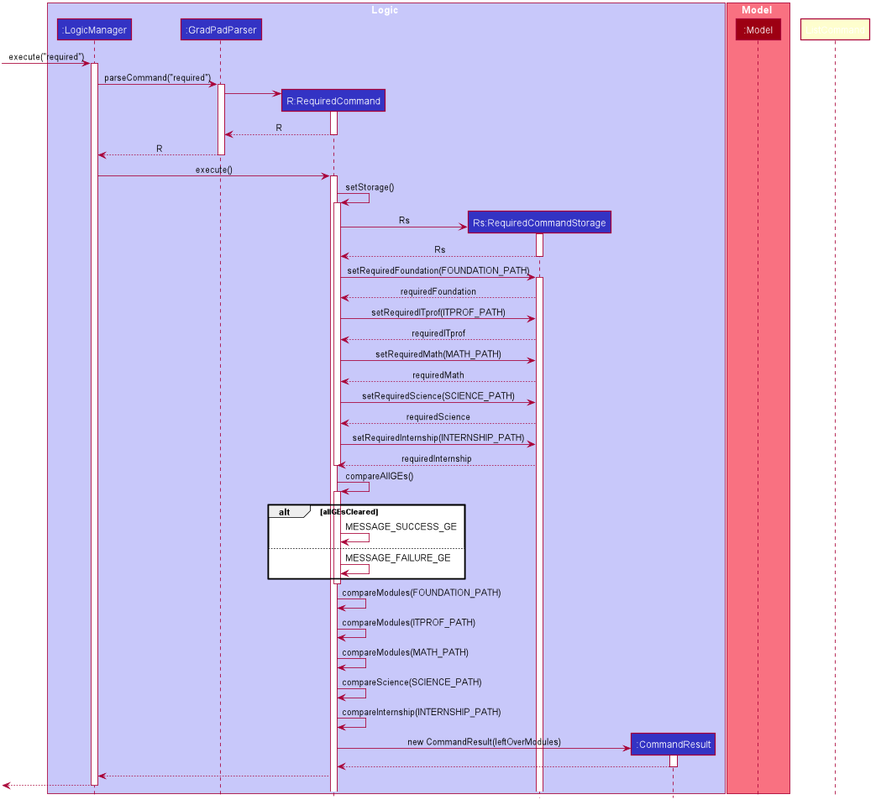
This is docs/images/RequiredSequenceDiagram.png from yan-soon/tp, a PlantUML export, as it was before one commit. Source of this version:
```plantuml
@startuml









skinparam BackgroundColor #FFFFFFF

skinparam Shadowing false

skinparam Class {
    FontColor #FFFFFF
    BorderThickness 1
    BorderColor #FFFFFF
    StereotypeFontColor #FFFFFF
    FontName Arial
}

skinparam Actor {
    BorderColor #000000
    Color #000000
    FontName Arial
}

skinparam Sequence {
    MessageAlign center
    BoxFontSize 15
    BoxPadding 0
    BoxFontColor #FFFFFF
    FontName Arial
}

skinparam Participant {
    FontColor #FFFFFFF
    Padding 20
}

skinparam MinClassWidth 50
skinparam ParticipantPadding 10
skinparam Shadowing false
skinparam DefaultTextAlignment center
skinparam packageStyle Rectangle

hide footbox
hide members
hide circle

box Logic #C8C8FA
participant ":LogicManager" as LogicManager #3333C4
participant ":GradPadParser" as GradPadParser #3333C4
participant "R:RequiredCommand" as RequiredCommand #3333C4
participant "Rs:RequiredCommandStorage" as RequiredCommandStorage #3333C4
participant ":CommandResult" as CommandResult #3333C4
end box

box Model #F97181
participant ":Model" as Model #9D0012
end box

[-> LogicManager : execute("required")
activate LogicManager

LogicManager -> GradPadParser : parseCommand("required")
activate GradPadParser

create RequiredCommand
GradPadParser -> RequiredCommand
activate RequiredCommand

RequiredCommand --> GradPadParser : R
deactivate RequiredCommand

GradPadParser --> LogicManager : R
deactivate GradPadParser

LogicManager -> RequiredCommand : execute()
activate RequiredCommand

RequiredCommand -> RequiredCommand : setStorage()
activate RequiredCommand

create RequiredCommandStorage
RequiredCommand -> RequiredCommandStorage : Rs
activate RequiredCommandStorage

RequiredCommandStorage --> RequiredCommand :Rs
deactivate RequiredCommandStorage

RequiredCommand -> RequiredCommandStorage : setRequiredFoundation(FOUNDATION_PATH)
activate RequiredCommandStorage

RequiredCommandStorage --> RequiredCommand : requiredFoundation

RequiredCommand -> RequiredCommandStorage : setRequiredITprof(ITPROF_PATH)

RequiredCommandStorage --> RequiredCommand : requiredITprof

RequiredCommand -> RequiredCommandStorage : setRequiredMath(MATH_PATH)

RequiredCommandStorage --> RequiredCommand : requiredMath

RequiredCommand -> RequiredCommandStorage : setRequiredScience(SCIENCE_PATH)

RequiredCommandStorage --> RequiredCommand : requiredScience

RequiredCommand -> RequiredCommandStorage : setRequiredInternship(INTERNSHIP_PATH)

RequiredCommandStorage --> RequiredCommand : requiredInternship
deactivate RequiredCommand

RequiredCommand -> RequiredCommand : compareAllGEs()
activate RequiredCommand

alt allGEsCleared
RequiredCommand -> RequiredCommand : MESSAGE_SUCCESS_GE

else
RequiredCommand -> RequiredCommand : MESSAGE_FAILURE_GE
end
deactivate RequiredCommand

RequiredCommand -> RequiredCommand : compareModules(FOUNDATION_PATH)
RequiredCommand -> RequiredCommand : compareModules(ITPROF_PATH)
RequiredCommand -> RequiredCommand : compareModules(MATH_PATH)
RequiredCommand -> RequiredCommand : compareScience(SCIENCE_PATH)
RequiredCommand -> RequiredCommand : compareInternship(INTERNSHIP_PATH)

create CommandResult
RequiredCommand -> CommandResult : new CommandResult(leftOverModules)
activate CommandResult

CommandResult --> RequiredCommand
deactivate CommandResult

RequiredCommand --> LogicManager
deactivate ListCommand

[<--LogicManager
deactivate LogicManager
@enduml
```
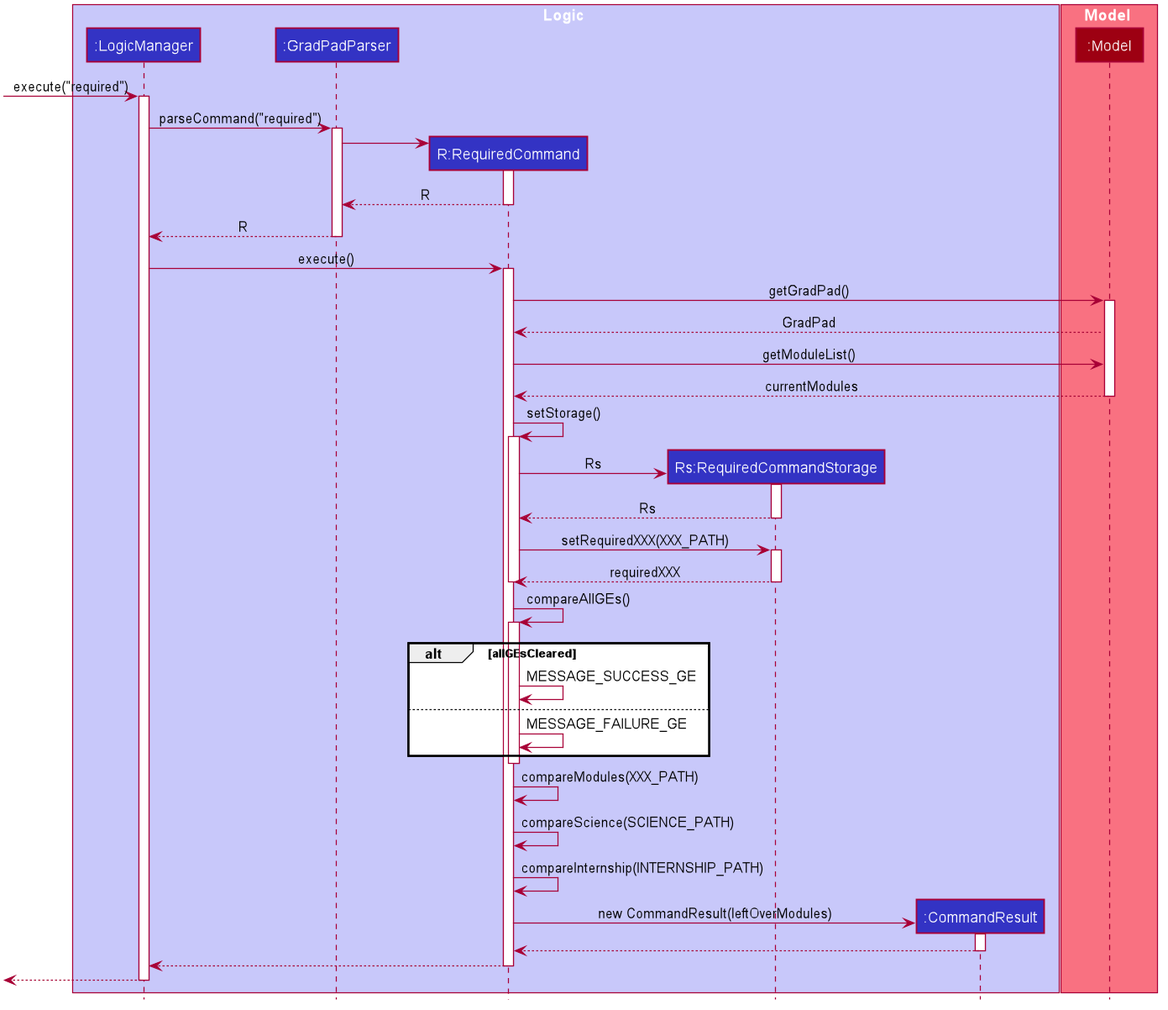
Later version of the same file.

Commit message:
remove lower level details of seq diagrams

What changed in the source:
```diff
@@ -80,6 +80,16 @@
 LogicManager -> RequiredCommand : execute()
 activate RequiredCommand
 
+RequiredCommand -> Model : getGradPad()
+activate Model
+
+Model --> RequiredCommand : GradPad
+
+RequiredCommand -> Model : getModuleList()
+
+Model --> RequiredCommand : currentModules
+deactivate Model
+
 RequiredCommand -> RequiredCommand : setStorage()
 activate RequiredCommand
 
@@ -90,26 +100,12 @@
 RequiredCommandStorage --> RequiredCommand :Rs
 deactivate RequiredCommandStorage
 
-RequiredCommand -> RequiredCommandStorage : setRequiredFoundation(FOUNDATION_PATH)
+RequiredCommand -> RequiredCommandStorage : setRequiredXXX(XXX_PATH)
 activate RequiredCommandStorage
 
-RequiredCommandStorage --> RequiredCommand : requiredFoundation
+RequiredCommandStorage --> RequiredCommand : requiredXXX
+deactivate RequiredCommandStorage
 
-RequiredCommand -> RequiredCommandStorage : setRequiredITprof(ITPROF_PATH)
-
-RequiredCommandStorage --> RequiredCommand : requiredITprof
-
-RequiredCommand -> RequiredCommandStorage : setRequiredMath(MATH_PATH)
-
-RequiredCommandStorage --> RequiredCommand : requiredMath
-
-RequiredCommand -> RequiredCommandStorage : setRequiredScience(SCIENCE_PATH)
-
-RequiredCommandStorage --> RequiredCommand : requiredScience
-
-RequiredCommand -> RequiredCommandStorage : setRequiredInternship(INTERNSHIP_PATH)
-
-RequiredCommandStorage --> RequiredCommand : requiredInternship
 deactivate RequiredCommand
 
 RequiredCommand -> RequiredCommand : compareAllGEs()
@@ -123,9 +119,7 @@
 end
 deactivate RequiredCommand
 
-RequiredCommand -> RequiredCommand : compareModules(FOUNDATION_PATH)
-RequiredCommand -> RequiredCommand : compareModules(ITPROF_PATH)
-RequiredCommand -> RequiredCommand : compareModules(MATH_PATH)
+RequiredCommand -> RequiredCommand : compareModules(XXX_PATH)
 RequiredCommand -> RequiredCommand : compareScience(SCIENCE_PATH)
 RequiredCommand -> RequiredCommand : compareInternship(INTERNSHIP_PATH)
 
@@ -137,7 +131,7 @@
 deactivate CommandResult
 
 RequiredCommand --> LogicManager
-deactivate ListCommand
+deactivate RequiredCommand
 
 [<--LogicManager
 deactivate LogicManager
```
